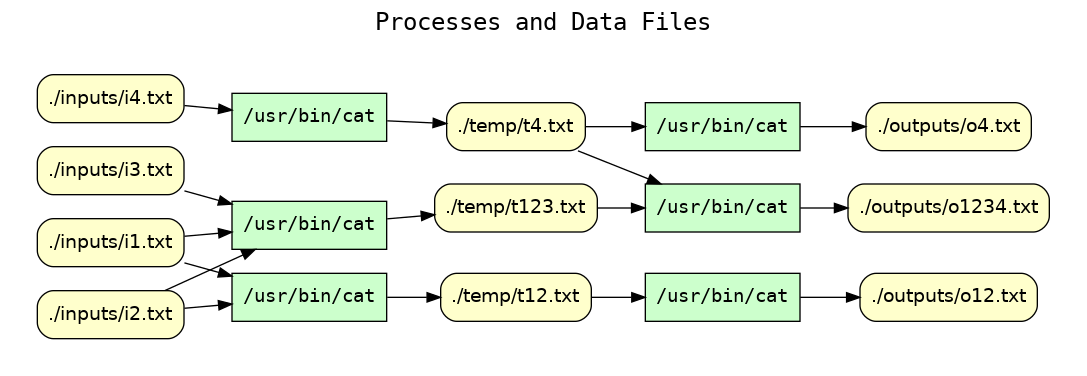
CIRSS/cpr keeps this Graphviz diagram as examples/08-branched-pipeline/graphs.d/cpr_processes_and_data_files.png. Above is the earlier version. Its source is kept beside it as examples/08-branched-pipeline/graphs.d/cpr_processes_and_data_files.dot.
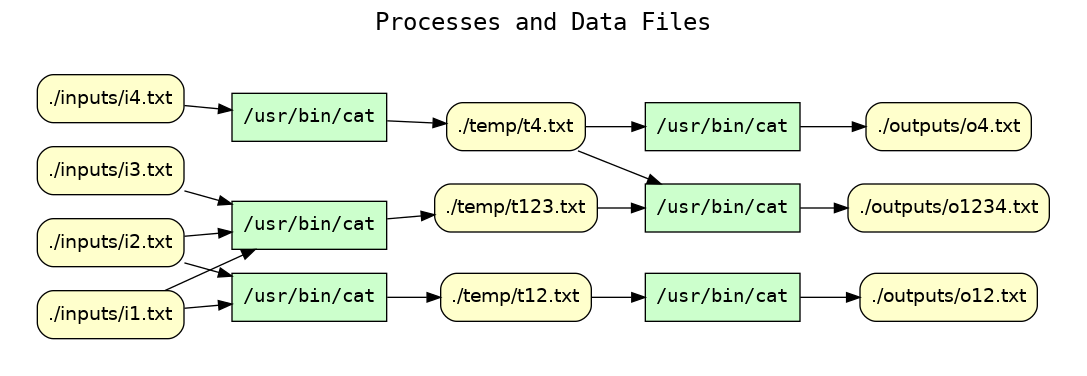
Later version of the same file.

Change to the diagram source:
```diff
@@ -12,6 +12,9 @@
 "exe:e3" [label="/usr/bin/cat"]
 "exe:e2" [label="/usr/bin/cat"]
 node[shape=box style="rounded,filled" fillcolor="#FFFFCC" peripheries=1 fontname=Helvetica]
+"access:i23" [label="./outputs/o4.txt"]
+"access:i16" [label="./inputs/i2.txt"]
+"access:i17" [label="./temp/t123.txt"]
 "access:i18" [label="./inputs/i3.txt"]
 "access:i19" [label="./temp/t4.txt"]
 "access:i20" [label="./inputs/i4.txt"]
@@ -19,9 +22,6 @@
 "access:i21" [label="./outputs/o12.txt"]
 "access:i22" [label="./outputs/o1234.txt"]
 "access:i15" [label="./inputs/i1.txt"]
-"access:i23" [label="./outputs/o4.txt"]
-"access:i16" [label="./inputs/i2.txt"]
-"access:i17" [label="./temp/t123.txt"]
 "exe:e7" -> "access:i23"
 "exe:e6" -> "access:i22"
 "exe:e5" -> "access:i21"
```
